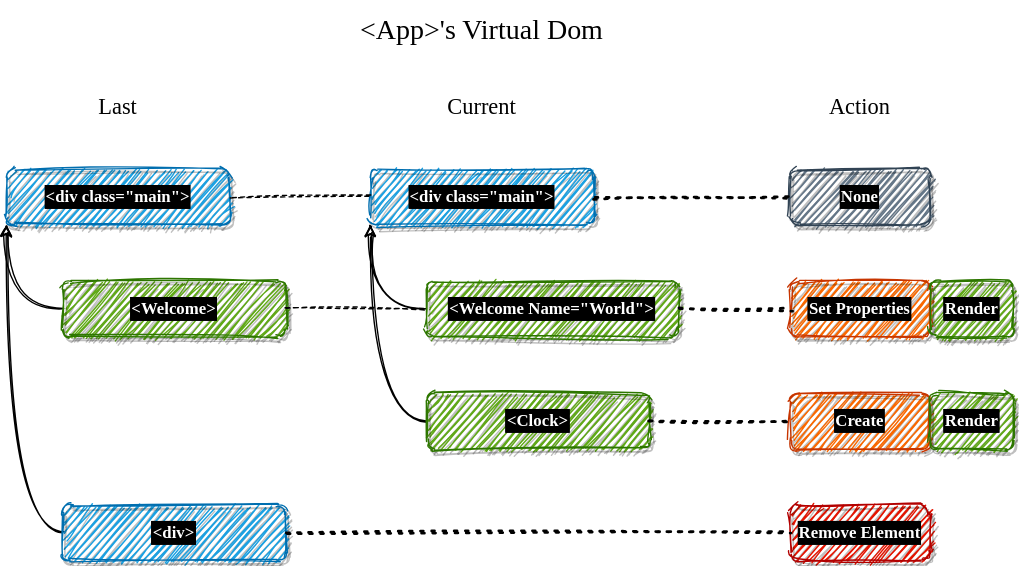
Before: Slides/Fusion_v2/diagrams/virtual-dom/1.dio.svg, a diagram exported from draw.io (alexyakunin/Stl.Fusion.Materials). Source tidied: cells renumbered, new cells last; positions are measured from the earlier drawing's top-left corner, leaving out a move shared by most shapes.
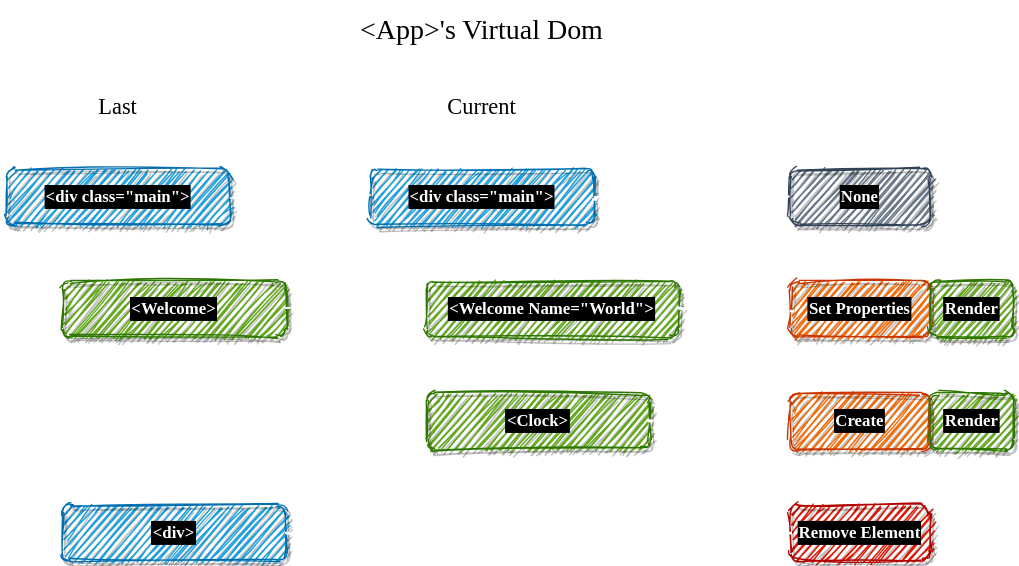
Above is the later version.

Change to the diagram source:
```diff
@@ -8,13 +8,13 @@
     <mxCell id="3" value="&amp;lt;div class=&quot;main&quot;&amp;gt;" style="whiteSpace=wrap;html=1;fillColor=#1ba1e2;strokeColor=#006EAF;fontColor=#ffffff;fontFamily=Comic Sans MS;fontStyle=1;labelBackgroundColor=#000000;labelBorderColor=#000000;strokeWidth=1;perimeterSpacing=0;shadow=1;glass=0;sketch=1;rounded=1;" parent="1" vertex="1">
       <mxGeometry x="260" y="120" width="160" height="40" as="geometry" />
     </mxCell>
-    <mxCell id="4" style="edgeStyle=orthogonalEdgeStyle;curved=1;rounded=0;sketch=1;jettySize=auto;html=1;exitX=0;exitY=0.5;exitDx=0;exitDy=0;entryX=0;entryY=1;entryDx=0;entryDy=0;" parent="1" edge="1" source="5" target="3">
+    <mxCell id="4" style="edgeStyle=orthogonalEdgeStyle;curved=1;rounded=0;sketch=1;jettySize=auto;html=1;exitX=0;exitY=0.5;exitDx=0;exitDy=0;entryX=0;entryY=1;entryDx=0;entryDy=0;strokeColor=#FFFFFF;" parent="1" edge="1" source="5" target="3">
       <mxGeometry relative="1" as="geometry" />
     </mxCell>
     <mxCell id="5" value="&amp;lt;Welcome Name=&quot;World&quot;&amp;gt;" style="whiteSpace=wrap;html=1;fillColor=#60a917;strokeColor=#2D7600;fontColor=#ffffff;fontFamily=Comic Sans MS;fontStyle=1;labelBackgroundColor=#000000;labelBorderColor=#000000;strokeWidth=1;perimeterSpacing=0;shadow=1;glass=0;sketch=1;rounded=1;" parent="1" vertex="1">
       <mxGeometry x="300" y="200" width="180" height="40" as="geometry" />
     </mxCell>
-    <mxCell id="6" style="edgeStyle=orthogonalEdgeStyle;curved=1;rounded=0;sketch=1;jettySize=auto;html=1;exitX=0;exitY=0.5;exitDx=0;exitDy=0;" parent="1" edge="1" source="7">
+    <mxCell id="6" style="edgeStyle=orthogonalEdgeStyle;curved=1;rounded=0;sketch=1;jettySize=auto;html=1;exitX=0;exitY=0.5;exitDx=0;exitDy=0;strokeColor=#FFFFFF;" parent="1" edge="1" source="7">
       <mxGeometry relative="1" as="geometry">
         <mxPoint x="260" y="160" as="targetPoint" />
       </mxGeometry>
@@ -31,19 +31,19 @@
     <mxCell id="10" value="Current" style="text;html=1;align=center;verticalAlign=middle;whiteSpace=wrap;rounded=0;sketch=1;shadow=1;glass=0;fontFamily=Comic Sans MS;fontSize=16;" parent="1" vertex="1">
       <mxGeometry x="260" y="60" width="160" height="30" as="geometry" />
     </mxCell>
-    <mxCell id="11" style="endArrow=none;dashed=1;html=1;fontFamily=Comic Sans MS;fontSize=16;exitX=1;exitY=0.5;exitDx=0;exitDy=0;entryX=0;entryY=0.5;entryDx=0;entryDy=0;sketch=1;" parent="1" edge="1" source="2" target="3">
+    <mxCell id="11" style="endArrow=none;dashed=1;html=1;fontFamily=Comic Sans MS;fontSize=16;exitX=1;exitY=0.5;exitDx=0;exitDy=0;entryX=0;entryY=0.5;entryDx=0;entryDy=0;sketch=1;strokeColor=#FFFFFF;" parent="1" edge="1" source="2" target="3">
       <mxGeometry relative="1" as="geometry" />
     </mxCell>
-    <mxCell id="12" value="Action" style="text;html=1;align=center;verticalAlign=middle;whiteSpace=wrap;rounded=0;sketch=1;shadow=1;glass=0;fontFamily=Comic Sans MS;fontSize=16;" parent="1" vertex="1">
+    <mxCell id="12" value="Action" style="text;html=1;align=center;verticalAlign=middle;whiteSpace=wrap;rounded=0;sketch=1;shadow=1;glass=0;fontFamily=Comic Sans MS;fontSize=16;fontColor=#FFFFFF;" parent="1" vertex="1">
       <mxGeometry x="550" y="60" width="120" height="30" as="geometry" />
     </mxCell>
-    <mxCell id="13" style="edgeStyle=orthogonalEdgeStyle;curved=1;rounded=0;sketch=1;jettySize=auto;html=1;exitX=0;exitY=0.5;exitDx=0;exitDy=0;fontFamily=Comic Sans MS;fontSize=16;entryX=0;entryY=1;entryDx=0;entryDy=0;" parent="1" edge="1" source="14" target="2">
+    <mxCell id="13" style="edgeStyle=orthogonalEdgeStyle;curved=1;rounded=0;sketch=1;jettySize=auto;html=1;exitX=0;exitY=0.5;exitDx=0;exitDy=0;fontFamily=Comic Sans MS;fontSize=16;entryX=0;entryY=1;entryDx=0;entryDy=0;strokeColor=#FFFFFF;" parent="1" edge="1" source="14" target="2">
       <mxGeometry relative="1" as="geometry" />
     </mxCell>
     <mxCell id="14" value="&amp;lt;Welcome&amp;gt;" style="whiteSpace=wrap;html=1;fillColor=#60a917;strokeColor=#2D7600;fontColor=#ffffff;fontFamily=Comic Sans MS;fontStyle=1;labelBackgroundColor=#000000;labelBorderColor=#000000;strokeWidth=1;perimeterSpacing=0;shadow=1;glass=0;sketch=1;rounded=1;" parent="1" vertex="1">
       <mxGeometry x="40" y="200" width="160" height="40" as="geometry" />
     </mxCell>
-    <mxCell id="15" style="edgeStyle=orthogonalEdgeStyle;curved=1;rounded=0;sketch=1;jettySize=auto;html=1;exitX=0;exitY=0.5;exitDx=0;exitDy=0;fontFamily=Comic Sans MS;fontSize=16;" parent="1" edge="1" source="16">
+    <mxCell id="15" style="edgeStyle=orthogonalEdgeStyle;curved=1;rounded=0;sketch=1;jettySize=auto;html=1;exitX=0;exitY=0.5;exitDx=0;exitDy=0;fontFamily=Comic Sans MS;fontSize=16;strokeColor=#FFFFFF;" parent="1" edge="1" source="16">
       <mxGeometry relative="1" as="geometry">
         <mxPoint y="160" as="targetPoint" />
       </mxGeometry>
@@ -51,7 +51,7 @@
     <mxCell id="16" value="&amp;lt;div&amp;gt;" style="whiteSpace=wrap;html=1;fillColor=#1ba1e2;strokeColor=#006EAF;fontColor=#ffffff;fontFamily=Comic Sans MS;fontStyle=1;labelBackgroundColor=#000000;labelBorderColor=#000000;strokeWidth=1;perimeterSpacing=0;shadow=1;glass=0;sketch=1;rounded=1;" parent="1" vertex="1">
       <mxGeometry x="40" y="360" width="160" height="40" as="geometry" />
     </mxCell>
-    <mxCell id="17" style="endArrow=none;dashed=1;html=1;fontFamily=Comic Sans MS;fontSize=16;exitX=1;exitY=0.5;exitDx=0;exitDy=0;entryX=0;entryY=0.5;entryDx=0;entryDy=0;sketch=1;" parent="1" edge="1" source="14" target="5">
+    <mxCell id="17" style="endArrow=none;dashed=1;html=1;fontFamily=Comic Sans MS;fontSize=16;exitX=1;exitY=0.5;exitDx=0;exitDy=0;entryX=0;entryY=0.5;entryDx=0;entryDy=0;sketch=1;strokeColor=#FFFFFF;" parent="1" edge="1" source="14" target="5">
       <mxGeometry relative="1" as="geometry" />
     </mxCell>
     <mxCell id="18" value="Set Properties" style="whiteSpace=wrap;html=1;fillColor=#fa6800;strokeColor=#C73500;fontColor=#ffffff;fontFamily=Comic Sans MS;fontStyle=1;labelBackgroundColor=#000000;labelBorderColor=#000000;strokeWidth=1;perimeterSpacing=0;shadow=1;glass=0;sketch=1;rounded=1;" parent="1" vertex="1">
@@ -66,16 +66,16 @@
     <mxCell id="21" value="Remove Element" style="whiteSpace=wrap;html=1;fillColor=#e51400;strokeColor=#B20000;fontColor=#ffffff;fontFamily=Comic Sans MS;fontStyle=1;labelBackgroundColor=#000000;labelBorderColor=#000000;strokeWidth=1;perimeterSpacing=0;shadow=1;glass=0;sketch=1;rounded=1;" parent="1" vertex="1">
       <mxGeometry x="560" y="360" width="100" height="40" as="geometry" />
     </mxCell>
-    <mxCell id="22" style="endArrow=none;dashed=1;html=1;dashPattern=1 3;strokeWidth=2;fontFamily=Comic Sans MS;fontSize=16;entryX=0;entryY=0.5;entryDx=0;entryDy=0;exitX=1;exitY=0.5;exitDx=0;exitDy=0;sketch=1;" parent="1" edge="1" source="3" target="19">
+    <mxCell id="22" style="endArrow=none;dashed=1;html=1;dashPattern=1 3;strokeWidth=2;fontFamily=Comic Sans MS;fontSize=16;entryX=0;entryY=0.5;entryDx=0;entryDy=0;exitX=1;exitY=0.5;exitDx=0;exitDy=0;sketch=1;strokeColor=#FFFFFF;" parent="1" edge="1" source="3" target="19">
       <mxGeometry relative="1" as="geometry" />
     </mxCell>
-    <mxCell id="23" style="endArrow=none;dashed=1;html=1;dashPattern=1 3;strokeWidth=2;fontFamily=Comic Sans MS;fontSize=16;exitX=1;exitY=0.5;exitDx=0;exitDy=0;entryX=0;entryY=0.5;entryDx=0;entryDy=0;sketch=1;" parent="1" edge="1" source="16" target="21">
+    <mxCell id="23" style="endArrow=none;dashed=1;html=1;dashPattern=1 3;strokeWidth=2;fontFamily=Comic Sans MS;fontSize=16;exitX=1;exitY=0.5;exitDx=0;exitDy=0;entryX=0;entryY=0.5;entryDx=0;entryDy=0;sketch=1;strokeColor=#FFFFFF;" parent="1" edge="1" source="16" target="21">
       <mxGeometry relative="1" as="geometry" />
     </mxCell>
-    <mxCell id="24" style="endArrow=none;dashed=1;html=1;dashPattern=1 3;strokeWidth=2;fontFamily=Comic Sans MS;fontSize=16;exitX=1;exitY=0.5;exitDx=0;exitDy=0;entryX=0;entryY=0.5;entryDx=0;entryDy=0;sketch=1;" parent="1" edge="1" source="7" target="20">
+    <mxCell id="24" style="endArrow=none;dashed=1;html=1;dashPattern=1 3;strokeWidth=2;fontFamily=Comic Sans MS;fontSize=16;exitX=1;exitY=0.5;exitDx=0;exitDy=0;entryX=0;entryY=0.5;entryDx=0;entryDy=0;sketch=1;strokeColor=#FFFFFF;" parent="1" edge="1" source="7" target="20">
       <mxGeometry relative="1" as="geometry" />
     </mxCell>
-    <mxCell id="25" style="endArrow=none;dashed=1;html=1;dashPattern=1 3;strokeWidth=2;fontFamily=Comic Sans MS;fontSize=16;exitX=1;exitY=0.5;exitDx=0;exitDy=0;entryX=0;entryY=0.5;entryDx=0;entryDy=0;sketch=1;" parent="1" edge="1" source="5" target="18">
+    <mxCell id="25" style="endArrow=none;dashed=1;html=1;dashPattern=1 3;strokeWidth=2;fontFamily=Comic Sans MS;fontSize=16;exitX=1;exitY=0.5;exitDx=0;exitDy=0;entryX=0;entryY=0.5;entryDx=0;entryDy=0;sketch=1;strokeColor=#FFFFFF;" parent="1" edge="1" source="5" target="18">
       <mxGeometry relative="1" as="geometry" />
     </mxCell>
     <mxCell id="26" value="Render" style="whiteSpace=wrap;html=1;fillColor=#60a917;strokeColor=#2D7600;fontColor=#ffffff;fontFamily=Comic Sans MS;fontStyle=1;labelBackgroundColor=#000000;labelBorderColor=#000000;strokeWidth=1;perimeterSpacing=0;shadow=1;glass=0;sketch=1;rounded=1;" parent="1" vertex="1">
```
